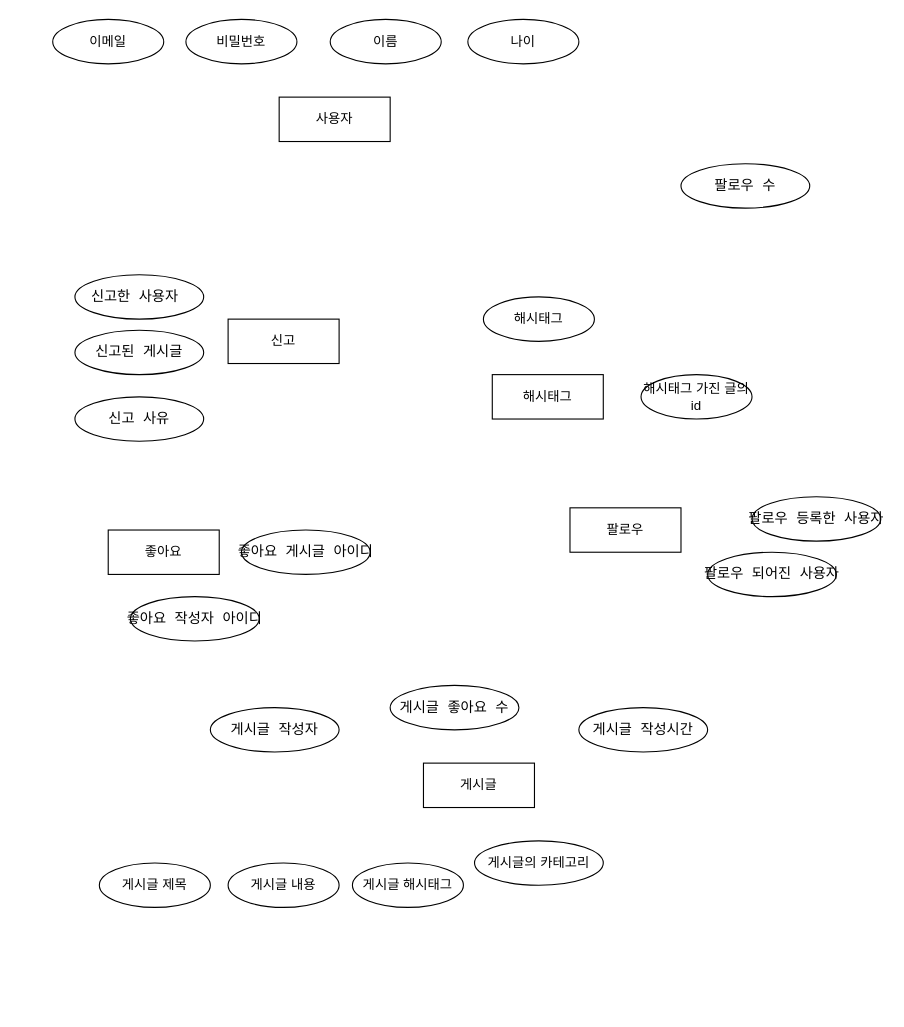
The draw.io diagram 게시글.drawio in devgreact/til-lecture-erd, before the edit. Source tidied: cells renumbered, new cells numbered last; positions are measured from the earlier drawing's top-left corner, leaving out a move shared by most shapes. Both pictures are drawn from the tidied source at 111%, with x=0, y=0 at pixel (52, 19).
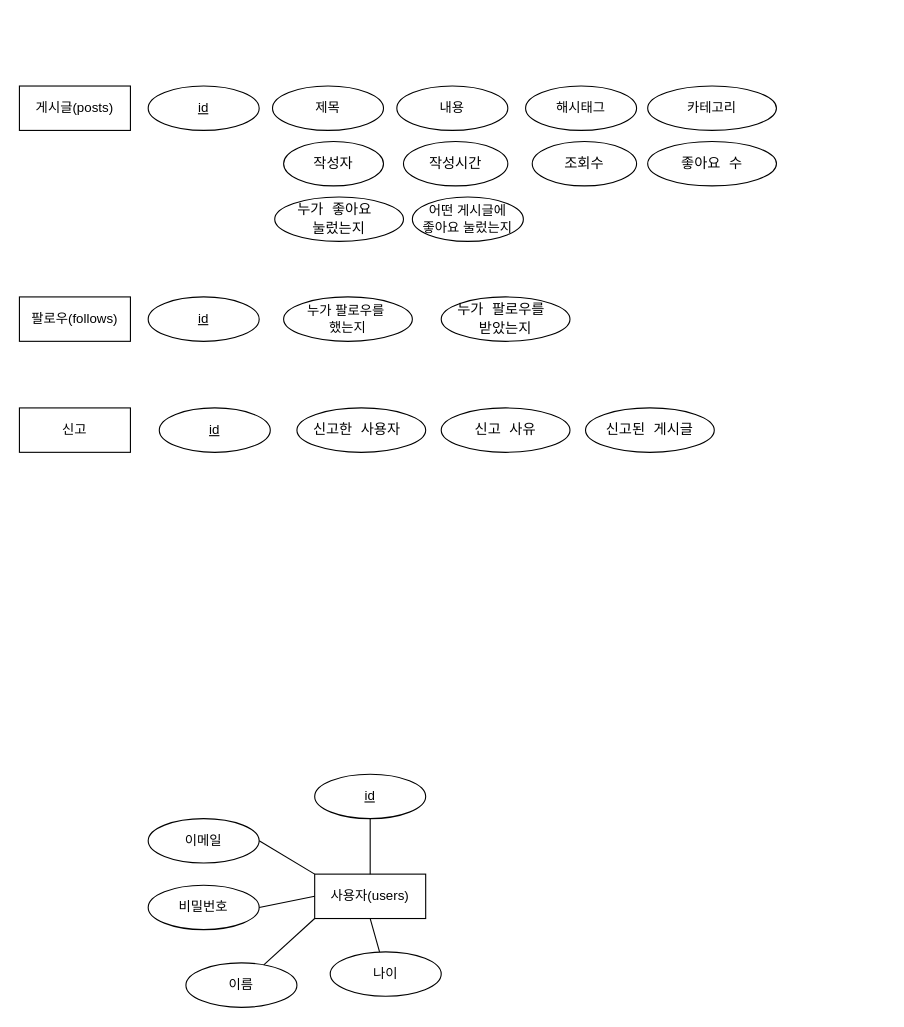
After the change.

Commit message:
게시글.drawio 업데이트

Change to the diagram source:
```diff
@@
     <mxCell id="2" value="이메일" style="ellipse;whiteSpace=wrap;html=1;align=center;" parent="1" vertex="1">
-      <mxGeometry width="100" height="40" as="geometry" />
+      <mxGeometry x="86" y="720" width="100" height="40" as="geometry" />
     </mxCell>
     <mxCell id="3" value="비밀번호" style="ellipse;whiteSpace=wrap;html=1;align=center;" parent="1" vertex="1">
-      <mxGeometry x="120" width="100" height="40" as="geometry" />
+      <mxGeometry x="86" y="780" width="100" height="40" as="geometry" />
     </mxCell>
     <mxCell id="4" value="이름" style="ellipse;whiteSpace=wrap;html=1;align=center;" parent="1" vertex="1">
-      <mxGeometry x="250" width="100" height="40" as="geometry" />
+      <mxGeometry x="120" y="850" width="100" height="40" as="geometry" />
     </mxCell>
     <mxCell id="5" value="나이" style="ellipse;whiteSpace=wrap;html=1;align=center;" parent="1" vertex="1">
-      <mxGeometry x="374" width="100" height="40" as="geometry" />
+      <mxGeometry x="250" y="840" width="100" height="40" as="geometry" />
     </mxCell>
-    <mxCell id="6" value="게시글 제목" style="ellipse;whiteSpace=wrap;html=1;align=center;" parent="1" vertex="1">
-      <mxGeometry x="42" y="760" width="100" height="40" as="geometry" />
+    <mxCell id="6" value="제목" style="ellipse;whiteSpace=wrap;html=1;align=center;" parent="1" vertex="1">
+      <mxGeometry x="198" y="60" width="100" height="40" as="geometry" />
     </mxCell>
-    <mxCell id="7" value="게시글 내용" style="ellipse;whiteSpace=wrap;html=1;align=center;" parent="1" vertex="1">
-      <mxGeometry x="158" y="760" width="100" height="40" as="geometry" />
+    <mxCell id="7" value="내용" style="ellipse;whiteSpace=wrap;html=1;align=center;" parent="1" vertex="1">
+      <mxGeometry x="310" y="60" width="100" height="40" as="geometry" />
     </mxCell>
-    <mxCell id="8" value="게시글 해시태그" style="ellipse;whiteSpace=wrap;html=1;align=center;" parent="1" vertex="1">
-      <mxGeometry x="270" y="760" width="100" height="40" as="geometry" />
+    <mxCell id="8" value="어떤 게시글에&lt;div&gt;좋아요 눌렀는지&lt;/div&gt;" style="ellipse;whiteSpace=wrap;html=1;align=center;" parent="1" vertex="1">
+      <mxGeometry x="324" y="160" width="100" height="40" as="geometry" />
     </mxCell>
-    <mxCell id="9" value="게시글의 카테고리" style="ellipse;whiteSpace=wrap;html=1;align=center;" parent="1" vertex="1">
-      <mxGeometry x="380" y="740" width="116" height="40" as="geometry" />
+    <mxCell id="9" value="카테고리" style="ellipse;whiteSpace=wrap;html=1;align=center;" parent="1" vertex="1">
+      <mxGeometry x="536" y="60" width="116" height="40" as="geometry" />
     </mxCell>
-    <mxCell id="10" value="&lt;div style=&quot;font-family: Consolas, &amp;quot;Courier New&amp;quot;, monospace; font-size: 12.845px; line-height: 17px; white-space: pre;&quot;&gt;&lt;span&gt;게시글 작성자&lt;/span&gt;&lt;/div&gt;" style="ellipse;whiteSpace=wrap;html=1;align=center;fontColor=#000000;" parent="1" vertex="1">
-      <mxGeometry x="142" y="620" width="116" height="40" as="geometry" />
+    <mxCell id="10" value="&lt;div style=&quot;font-family: Consolas, &amp;quot;Courier New&amp;quot;, monospace; font-size: 12.845px; line-height: 17px; white-space: pre;&quot;&gt;&lt;span&gt;작성자&lt;/span&gt;&lt;/div&gt;" style="ellipse;whiteSpace=wrap;html=1;align=center;fontColor=#000000;" parent="1" vertex="1">
+      <mxGeometry x="208" y="110" width="90" height="40" as="geometry" />
     </mxCell>
-    <mxCell id="11" value="&lt;div style=&quot;font-family: Consolas, &amp;quot;Courier New&amp;quot;, monospace; font-size: 12.845px; line-height: 17px; white-space: pre;&quot;&gt;&lt;span&gt;게시글 작성시간&lt;/span&gt;&lt;/div&gt;" style="ellipse;whiteSpace=wrap;html=1;align=center;fontColor=#000000;" parent="1" vertex="1">
-      <mxGeometry x="474" y="620" width="116" height="40" as="geometry" />
+    <mxCell id="11" value="&lt;div style=&quot;font-family: Consolas, &amp;quot;Courier New&amp;quot;, monospace; font-size: 12.845px; line-height: 17px; white-space: pre;&quot;&gt;&lt;span&gt;작성시간&lt;/span&gt;&lt;/div&gt;" style="ellipse;whiteSpace=wrap;html=1;align=center;fontColor=#000000;" parent="1" vertex="1">
+      <mxGeometry x="316" y="110" width="94" height="40" as="geometry" />
     </mxCell>
-    <mxCell id="12" value="&lt;div style=&quot;font-family: Consolas, &amp;quot;Courier New&amp;quot;, monospace; font-size: 12.845px; line-height: 17px; white-space: pre;&quot;&gt;&lt;span&gt;게시글 좋아요 수&lt;/span&gt;&lt;/div&gt;" style="ellipse;whiteSpace=wrap;html=1;align=center;fontColor=#000000;" parent="1" vertex="1">
-      <mxGeometry x="304" y="600" width="116" height="40" as="geometry" />
+    <mxCell id="12" value="&lt;div style=&quot;font-family: Consolas, &amp;quot;Courier New&amp;quot;, monospace; font-size: 12.845px; line-height: 17px; white-space: pre;&quot;&gt;조회수&lt;/div&gt;" style="ellipse;whiteSpace=wrap;html=1;align=center;fontColor=#000000;" parent="1" vertex="1">
+      <mxGeometry x="432" y="110" width="94" height="40" as="geometry" />
     </mxCell>
-    <mxCell id="13" value="&lt;div style=&quot;font-family: Consolas, &amp;quot;Courier New&amp;quot;, monospace; font-size: 12.845px; line-height: 17px; white-space: pre;&quot;&gt;&lt;span&gt;좋아요 게시글 아이디&lt;/span&gt;&lt;/div&gt;" style="ellipse;whiteSpace=wrap;html=1;align=center;fontColor=#000000;" parent="1" vertex="1">
-      <mxGeometry x="170" y="460" width="116" height="40" as="geometry" />
+    <mxCell id="13" value="&lt;div style=&quot;font-family: Consolas, &amp;quot;Courier New&amp;quot;, monospace; font-size: 12.845px; line-height: 17px; white-space: pre;&quot;&gt;&lt;span&gt;좋아요 수&lt;/span&gt;&lt;/div&gt;" style="ellipse;whiteSpace=wrap;html=1;align=center;fontColor=#000000;" parent="1" vertex="1">
+      <mxGeometry x="536" y="110" width="116" height="40" as="geometry" />
     </mxCell>
-    <mxCell id="14" value="&lt;div style=&quot;font-family: Consolas, &amp;quot;Courier New&amp;quot;, monospace; font-size: 12.845px; line-height: 17px; white-space: pre;&quot;&gt;&lt;span&gt;좋아요 작성자 아이디&lt;/span&gt;&lt;/div&gt;" style="ellipse;whiteSpace=wrap;html=1;align=center;fontColor=#000000;" parent="1" vertex="1">
-      <mxGeometry x="70" y="520" width="116" height="40" as="geometry" />
+    <mxCell id="14" value="&lt;div style=&quot;font-family: Consolas, &amp;quot;Courier New&amp;quot;, monospace; font-size: 12.845px; line-height: 17px; white-space: pre;&quot;&gt;&lt;span&gt;누가 좋아요 &lt;/span&gt;&lt;/div&gt;&lt;div style=&quot;font-family: Consolas, &amp;quot;Courier New&amp;quot;, monospace; font-size: 12.845px; line-height: 17px; white-space: pre;&quot;&gt;&lt;span&gt;눌렀는지&lt;/span&gt;&lt;/div&gt;" style="ellipse;whiteSpace=wrap;html=1;align=center;fontColor=#000000;" parent="1" vertex="1">
+      <mxGeometry x="200" y="160" width="116" height="40" as="geometry" />
     </mxCell>
-    <mxCell id="15" value="&lt;div style=&quot;font-family: Consolas, &amp;quot;Courier New&amp;quot;, monospace; font-size: 12.845px; line-height: 17px; white-space: pre;&quot;&gt;&lt;span&gt;팔로우 등록한 사용자&lt;/span&gt;&lt;/div&gt;" style="ellipse;whiteSpace=wrap;html=1;align=center;fontColor=#000000;" parent="1" vertex="1">
-      <mxGeometry x="630" y="430" width="116" height="40" as="geometry" />
+    <mxCell id="15" value="누가 팔로우를&amp;nbsp;&lt;div&gt;했는지&lt;/div&gt;" style="ellipse;whiteSpace=wrap;html=1;align=center;fontColor=#000000;" parent="1" vertex="1">
+      <mxGeometry x="208" y="250" width="116" height="40" as="geometry" />
     </mxCell>
-    <mxCell id="16" value="&lt;div style=&quot;font-family: Consolas, &amp;quot;Courier New&amp;quot;, monospace; font-size: 12.845px; line-height: 17px; white-space: pre;&quot;&gt;&lt;span&gt;팔로우 수&lt;/span&gt;&lt;/div&gt;" style="ellipse;whiteSpace=wrap;html=1;align=center;fontColor=#000000;" parent="1" vertex="1">
-      <mxGeometry x="566" y="130" width="116" height="40" as="geometry" />
-    </mxCell>
     <mxCell id="17" value="&lt;div style=&quot;font-family: Consolas, &amp;quot;Courier New&amp;quot;, monospace; font-size: 12.845px; line-height: 17px; white-space: pre;&quot;&gt;&lt;span&gt;신고한 사용자 &lt;/span&gt;&lt;/div&gt;" style="ellipse;whiteSpace=wrap;html=1;align=center;fontColor=#000000;" parent="1" vertex="1">
-      <mxGeometry x="20" y="230" width="116" height="40" as="geometry" />
+      <mxGeometry x="220" y="350" width="116" height="40" as="geometry" />
     </mxCell>
     <mxCell id="18" value="&lt;div style=&quot;font-family: Consolas, &amp;quot;Courier New&amp;quot;, monospace; font-size: 12.845px; line-height: 17px; white-space: pre;&quot;&gt;&lt;span&gt;신고된 게시글&lt;/span&gt;&lt;/div&gt;" style="ellipse;whiteSpace=wrap;html=1;align=center;fontColor=#000000;" parent="1" vertex="1">
-      <mxGeometry x="20" y="280" width="116" height="40" as="geometry" />
+      <mxGeometry x="480" y="350" width="116" height="40" as="geometry" />
     </mxCell>
     <mxCell id="19" value="&lt;div style=&quot;font-family: Consolas, &amp;quot;Courier New&amp;quot;, monospace; font-size: 12.845px; line-height: 17px; white-space: pre;&quot;&gt;&lt;span&gt;신고 사유&lt;/span&gt;&lt;/div&gt;" style="ellipse;whiteSpace=wrap;html=1;align=center;fontColor=#000000;" parent="1" vertex="1">
-      <mxGeometry x="20" y="340" width="116" height="40" as="geometry" />
+      <mxGeometry x="350" y="350" width="116" height="40" as="geometry" />
     </mxCell>
-    <mxCell id="20" value="사용자" style="whiteSpace=wrap;html=1;align=center;" parent="1" vertex="1">
-      <mxGeometry x="204" y="70" width="100" height="40" as="geometry" />
+    <mxCell id="20" value="사용자(users)" style="whiteSpace=wrap;html=1;align=center;" parent="1" vertex="1">
+      <mxGeometry x="236" y="770" width="100" height="40" as="geometry" />
     </mxCell>
-    <mxCell id="21" value="게시글" style="whiteSpace=wrap;html=1;align=center;" parent="1" vertex="1">
-      <mxGeometry x="334" y="670" width="100" height="40" as="geometry" />
+    <mxCell id="21" value="게시글(posts)" style="whiteSpace=wrap;html=1;align=center;" parent="1" vertex="1">
+      <mxGeometry x="-30" y="60" width="100" height="40" as="geometry" />
     </mxCell>
-    <mxCell id="22" value="해시태그" style="whiteSpace=wrap;html=1;align=center;" parent="1" vertex="1">
-      <mxGeometry x="396" y="320" width="100" height="40" as="geometry" />
-    </mxCell>
     <mxCell id="23" value="해시태그" style="ellipse;whiteSpace=wrap;html=1;align=center;" parent="1" vertex="1">
-      <mxGeometry x="388" y="250" width="100" height="40" as="geometry" />
+      <mxGeometry x="426" y="60" width="100" height="40" as="geometry" />
     </mxCell>
-    <mxCell id="24" value="해시태그 가진 글의 id" style="ellipse;whiteSpace=wrap;html=1;align=center;" parent="1" vertex="1">
-      <mxGeometry x="530" y="320" width="100" height="40" as="geometry" />
-    </mxCell>
-    <mxCell id="25" value="좋아요" style="whiteSpace=wrap;html=1;align=center;" parent="1" vertex="1">
-      <mxGeometry x="50" y="460" width="100" height="40" as="geometry" />
-    </mxCell>
     <mxCell id="26" value="신고" style="whiteSpace=wrap;html=1;align=center;" parent="1" vertex="1">
-      <mxGeometry x="158" y="270" width="100" height="40" as="geometry" />
+      <mxGeometry x="-30" y="350" width="100" height="40" as="geometry" />
     </mxCell>
-    <mxCell id="27" value="팔로우" style="whiteSpace=wrap;html=1;align=center;" parent="1" vertex="1">
-      <mxGeometry x="466" y="440" width="100" height="40" as="geometry" />
+    <mxCell id="27" value="팔로우(follows)" style="whiteSpace=wrap;html=1;align=center;" parent="1" vertex="1">
+      <mxGeometry x="-30" y="250" width="100" height="40" as="geometry" />
     </mxCell>
-    <mxCell id="28" value="&lt;div style=&quot;font-family: Consolas, &amp;quot;Courier New&amp;quot;, monospace; font-size: 12.845px; line-height: 17px; white-space: pre;&quot;&gt;&lt;span&gt;팔로우 되어진 사용자&lt;/span&gt;&lt;/div&gt;" style="ellipse;whiteSpace=wrap;html=1;align=center;fontColor=#000000;" parent="1" vertex="1">
-      <mxGeometry x="590" y="480" width="116" height="40" as="geometry" />
+    <mxCell id="28" value="&lt;div style=&quot;font-family: Consolas, &amp;quot;Courier New&amp;quot;, monospace; font-size: 12.845px; line-height: 17px; white-space: pre;&quot;&gt;&lt;span&gt;누가 팔로우를 &lt;/span&gt;&lt;/div&gt;&lt;div style=&quot;font-family: Consolas, &amp;quot;Courier New&amp;quot;, monospace; font-size: 12.845px; line-height: 17px; white-space: pre;&quot;&gt;&lt;span&gt;받았는지&lt;/span&gt;&lt;/div&gt;" style="ellipse;whiteSpace=wrap;html=1;align=center;fontColor=#000000;" parent="1" vertex="1">
+      <mxGeometry x="350" y="250" width="116" height="40" as="geometry" />
     </mxCell>
+    <mxCell id="29" value="id" style="ellipse;whiteSpace=wrap;html=1;align=center;fontStyle=4;" parent="1" vertex="1">
+      <mxGeometry x="236" y="680" width="100" height="40" as="geometry" />
+    </mxCell>
+    <mxCell id="30" value="id" style="ellipse;whiteSpace=wrap;html=1;align=center;fontStyle=4;" parent="1" vertex="1">
+      <mxGeometry x="86" y="60" width="100" height="40" as="geometry" />
+    </mxCell>
+    <mxCell id="31" value="id" style="ellipse;whiteSpace=wrap;html=1;align=center;fontStyle=4;" parent="1" vertex="1">
+      <mxGeometry x="86" y="250" width="100" height="40" as="geometry" />
+    </mxCell>
+    <mxCell id="32" value="id" style="ellipse;whiteSpace=wrap;html=1;align=center;fontStyle=4;" parent="1" vertex="1">
+      <mxGeometry x="96" y="350" width="100" height="40" as="geometry" />
+    </mxCell>
+    <mxCell id="33" style="endArrow=none;html=1;rounded=0;exitX=0.5;exitY=1;exitDx=0;exitDy=0;entryX=0.5;entryY=0;entryDx=0;entryDy=0;" parent="1" edge="1" source="29" target="20">
+      <mxGeometry relative="1" as="geometry" />
+    </mxCell>
+    <mxCell id="34" style="endArrow=none;html=1;rounded=0;exitX=1;exitY=0.5;exitDx=0;exitDy=0;entryX=0;entryY=0;entryDx=0;entryDy=0;" parent="1" edge="1" source="2" target="20">
+      <mxGeometry relative="1" as="geometry" />
+    </mxCell>
+    <mxCell id="35" style="endArrow=none;html=1;rounded=0;exitX=1;exitY=0.5;exitDx=0;exitDy=0;entryX=0;entryY=0.5;entryDx=0;entryDy=0;" parent="1" edge="1" source="3" target="20">
+      <mxGeometry relative="1" as="geometry" />
+    </mxCell>
+    <mxCell id="36" style="endArrow=none;html=1;rounded=0;entryX=0;entryY=1;entryDx=0;entryDy=0;" parent="1" edge="1" source="4" target="20">
+      <mxGeometry relative="1" as="geometry" />
+    </mxCell>
+    <mxCell id="37" style="endArrow=none;html=1;rounded=0;entryX=0.5;entryY=1;entryDx=0;entryDy=0;" parent="1" edge="1" source="5" target="20">
+      <mxGeometry relative="1" as="geometry" />
+    </mxCell>
```
